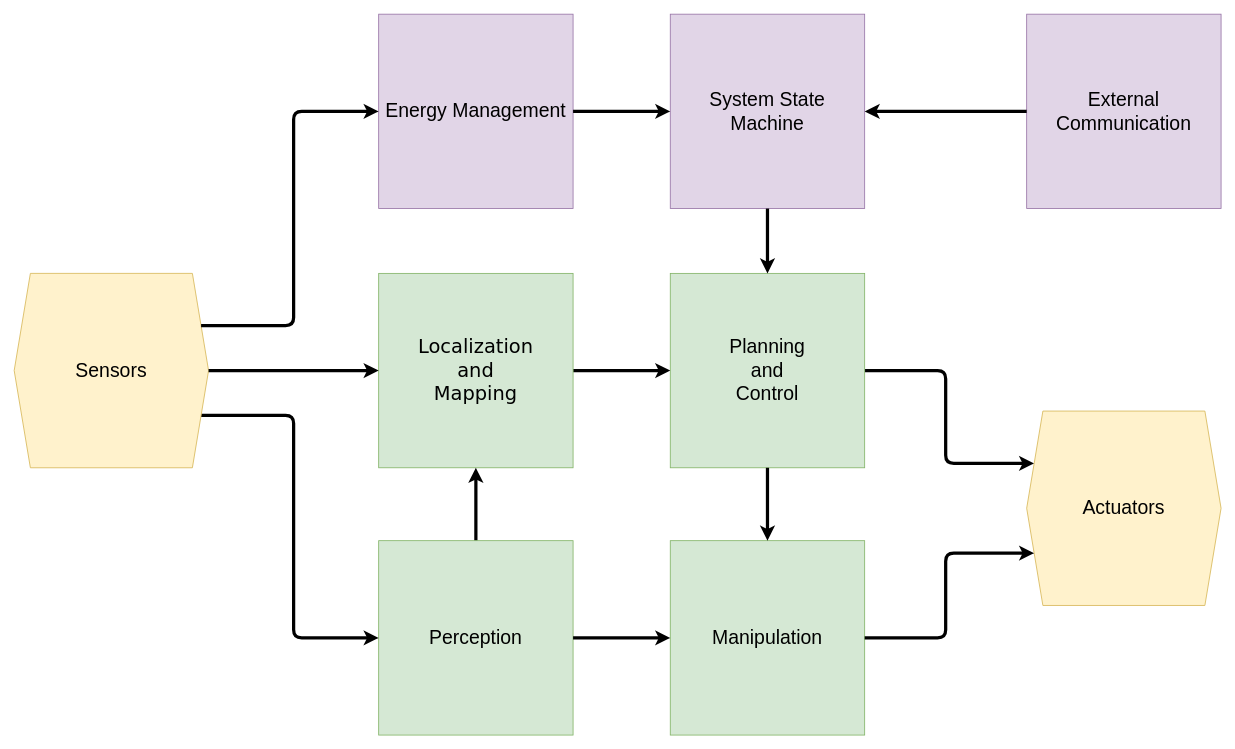
Before: page "Software Structure 1" (1 of 12) of TestNav.drawio in ipa-dmo/ipa_outdoor_docu, a draw.io diagram. Source tidied: cells renumbered, new cells numbered last; positions are measured from the earlier drawing's top-left corner, leaving out a move shared by most shapes. Both pictures are drawn from the tidied source at 81%, with x=0, y=0 at pixel (14, 14).
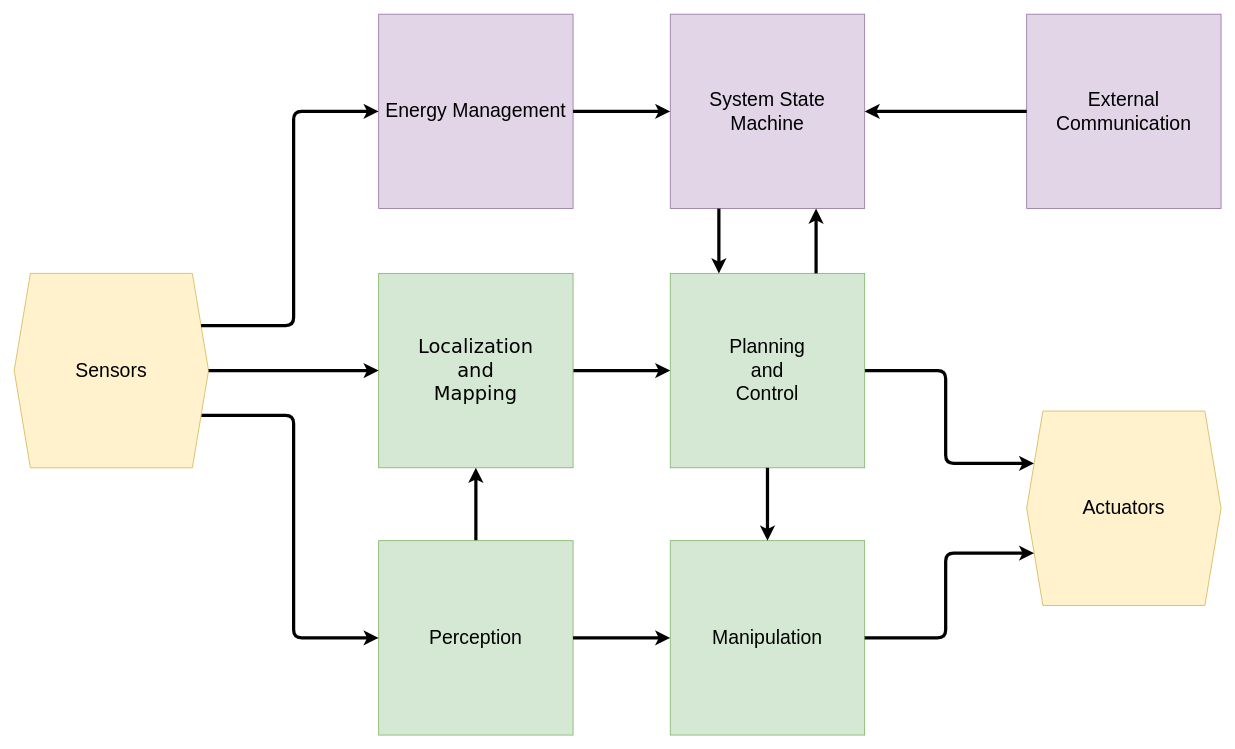
The same page after the edit.

Unchanged cells that the change refers to:
```xml
<mxCell id="3" value="&lt;div&gt;&lt;font style=&quot;font-size: 24px&quot;&gt;Planning &lt;br&gt;&lt;/font&gt;&lt;/div&gt;&lt;div&gt;&lt;font style=&quot;font-size: 24px&quot;&gt;and &lt;br&gt;&lt;/font&gt;&lt;/div&gt;&lt;div&gt;&lt;font style=&quot;font-size: 24px&quot;&gt;Control&lt;/font&gt;&lt;/div&gt;" style="whiteSpace=wrap;html=1;fillColor=#d5e8d4;strokeColor=#82b366;" parent="1" vertex="1">
  <mxGeometry x="810" y="320" width="240" height="240" as="geometry" />
</mxCell>
<mxCell id="15" value="&lt;font style=&quot;font-size: 24px&quot;&gt;System State Machine&lt;/font&gt;" style="whiteSpace=wrap;html=1;fillColor=#e1d5e7;strokeColor=#9673a6;" parent="1" vertex="1">
  <mxGeometry x="810" width="240" height="240" as="geometry" />
</mxCell>
```

The edit, as a diff of the source:
```diff
@@
-    <mxCell id="21" style="rounded=0;jettySize=auto;html=1;strokeWidth=4;exitX=0.5;exitY=1;exitDx=0;exitDy=0;entryX=0.5;entryY=0;entryDx=0;entryDy=0;" parent="1" edge="1" source="15" target="3">
+    <mxCell id="21" style="rounded=0;jettySize=auto;html=1;strokeWidth=4;exitX=0.25;exitY=1;exitDx=0;exitDy=0;entryX=0.25;entryY=0;entryDx=0;entryDy=0;" parent="1" edge="1" source="15" target="3">
       <mxGeometry relative="1" as="geometry" />
     </mxCell>
@@
+    <mxCell id="23" style="rounded=0;jettySize=auto;html=1;strokeWidth=4;exitX=0.75;exitY=0;exitDx=0;exitDy=0;entryX=0.75;entryY=1;entryDx=0;entryDy=0;" parent="1" edge="1" source="3" target="15">
+      <mxGeometry relative="1" as="geometry" />
+    </mxCell>
```
